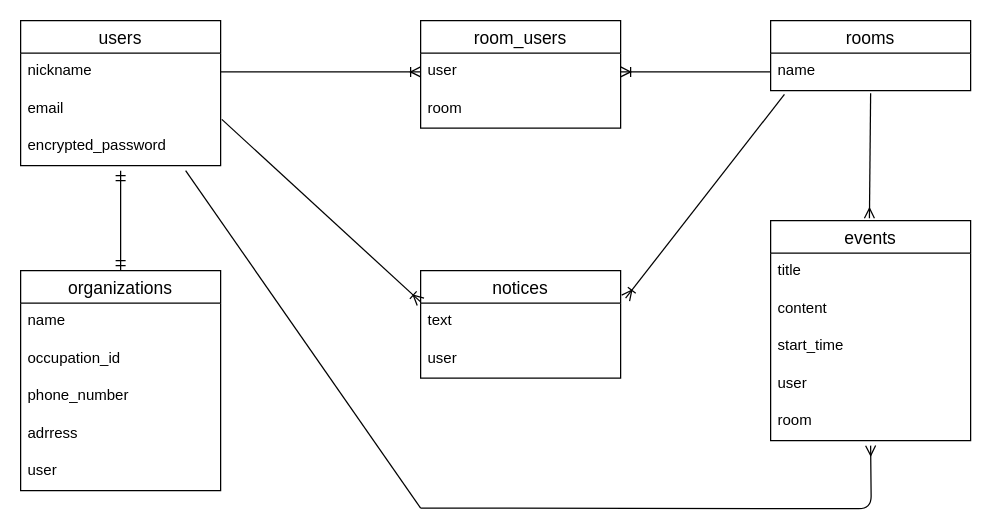
The draw.io diagram process.dio in yamazaki-shugo/process_app, before the edit. Source tidied: cells renumbered, new cells numbered last; positions are measured from the earlier drawing's top-left corner, leaving out a move shared by most shapes. Both pictures are drawn from the tidied source at 125%, with x=0, y=0 at pixel (20, 20).
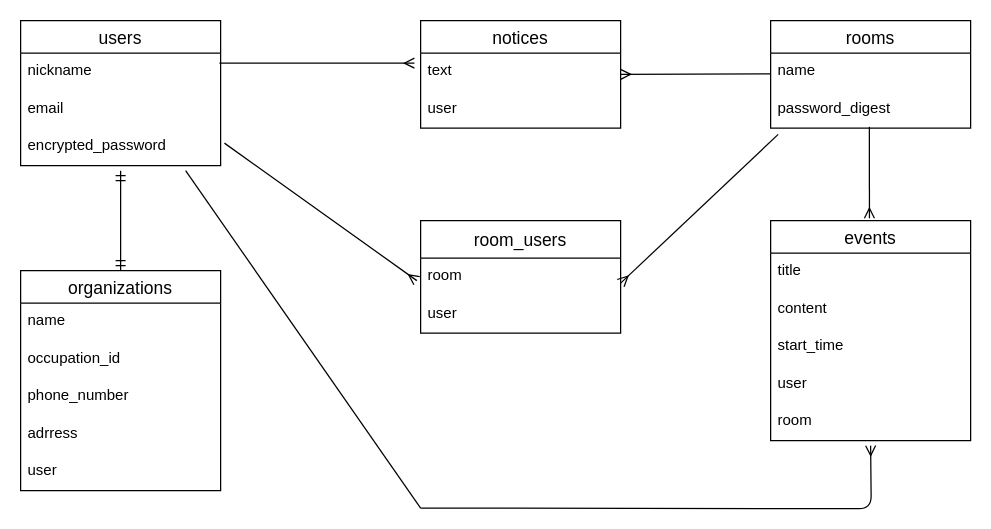
After the change.

The change refers to these unchanged cells:
```xml
<mxCell id="3" value="nickname" style="text;strokeColor=none;fillColor=none;spacingLeft=4;spacingRight=4;overflow=hidden;points=[[0,0.5],[1,0.5]];portConstraint=eastwest;fontSize=12;" parent="2" vertex="1">
  <mxGeometry y="26" width="160" height="30" as="geometry" />
</mxCell>
<mxCell id="4" value="email" style="text;strokeColor=none;fillColor=none;spacingLeft=4;spacingRight=4;overflow=hidden;points=[[0,0.5],[1,0.5]];portConstraint=eastwest;fontSize=12;" parent="2" vertex="1">
  <mxGeometry y="56" width="160" height="30" as="geometry" />
</mxCell>
<mxCell id="5" value="encrypted_password" style="text;strokeColor=none;fillColor=none;spacingLeft=4;spacingRight=4;overflow=hidden;points=[[0,0.5],[1,0.5]];portConstraint=eastwest;fontSize=12;" parent="2" vertex="1">
  <mxGeometry y="86" width="160" height="30" as="geometry" />
</mxCell>
<mxCell id="19" value="text" style="text;strokeColor=none;fillColor=none;spacingLeft=4;spacingRight=4;overflow=hidden;points=[[0,0.5],[1,0.5]];portConstraint=eastwest;fontSize=12;" parent="18" vertex="1">
  <mxGeometry y="26" width="160" height="30" as="geometry" />
</mxCell>
<mxCell id="25" value="events" style="swimlane;fontStyle=0;horizontal=1;startSize=26;align=center;fontSize=14;" parent="1" vertex="1">
  <mxGeometry x="600" y="160" width="160" height="176" as="geometry" />
</mxCell>
```

Diff of the diagram source:
```diff
@@
-    <mxCell id="13" value="rooms" style="swimlane;fontStyle=0;horizontal=1;startSize=26;align=center;fontSize=14;" parent="1" vertex="1">
-      <mxGeometry x="600" width="160" height="56" as="geometry" />
-    </mxCell>
-    <mxCell id="14" value="name" style="text;strokeColor=none;fillColor=none;spacingLeft=4;spacingRight=4;overflow=hidden;points=[[0,0.5],[1,0.5]];portConstraint=eastwest;fontSize=12;" parent="13" vertex="1">
-      <mxGeometry y="26" width="160" height="30" as="geometry" />
-    </mxCell>
-    <mxCell id="15" value="room_users" style="swimlane;fontStyle=0;horizontal=1;startSize=26;align=center;fontSize=14;" parent="1" vertex="1">
-      <mxGeometry x="320" width="160" height="86" as="geometry" />
-    </mxCell>
-    <mxCell id="16" value="user" style="text;strokeColor=none;fillColor=none;spacingLeft=4;spacingRight=4;overflow=hidden;points=[[0,0.5],[1,0.5]];portConstraint=eastwest;fontSize=12;" parent="15" vertex="1">
-      <mxGeometry y="26" width="160" height="30" as="geometry" />
-    </mxCell>
-    <mxCell id="17" value="room" style="text;strokeColor=none;fillColor=none;spacingLeft=4;spacingRight=4;overflow=hidden;fontSize=12;" parent="15" vertex="1">
-      <mxGeometry y="56" width="160" height="30" as="geometry" />
-    </mxCell>
     <mxCell id="18" value="notices" style="swimlane;fontStyle=0;horizontal=1;startSize=26;align=center;fontSize=14;" parent="1" vertex="1">
-      <mxGeometry x="320" y="200" width="160" height="86" as="geometry" />
+      <mxGeometry x="320" width="160" height="86" as="geometry" />
     </mxCell>
@@
-    <mxCell id="21" style="fontSize=12;html=1;endArrow=ERoneToMany;exitX=1;exitY=0.5;exitDx=0;exitDy=0;" parent="1" edge="1" source="3" target="16">
+    <mxCell id="21" style="fontSize=12;html=1;endArrow=ERmany;startArrow=none;exitX=0.994;exitY=0.267;exitDx=0;exitDy=0;exitPerimeter=0;entryX=-0.031;entryY=0.267;entryDx=0;entryDy=0;entryPerimeter=0;startFill=0;endFill=0;" parent="1" edge="1" source="3" target="19">
       <mxGeometry relative="1" as="geometry" />
     </mxCell>
-    <mxCell id="22" style="fontSize=12;html=1;endArrow=none;endFill=0;startArrow=ERoneToMany;startFill=0;entryX=0;entryY=0.5;entryDx=0;entryDy=0;exitX=1;exitY=0.5;exitDx=0;exitDy=0;" parent="1" edge="1" source="16" target="14">
-      <mxGeometry relative="1" as="geometry" />
-    </mxCell>
-    <mxCell id="23" style="fontSize=12;html=1;endArrow=ERoneToMany;exitX=1.006;exitY=0.767;exitDx=0;exitDy=0;exitPerimeter=0;entryX=0;entryY=-0.033;entryDx=0;entryDy=0;entryPerimeter=0;" parent="1" edge="1" source="4" target="19">
-      <mxGeometry relative="1" as="geometry" />
-    </mxCell>
-    <mxCell id="24" style="fontSize=12;html=1;endArrow=none;entryX=0.069;entryY=1.1;entryDx=0;entryDy=0;entryPerimeter=0;exitX=1.025;exitY=-0.133;exitDx=0;exitDy=0;exitPerimeter=0;startArrow=ERoneToMany;startFill=0;endFill=0;" parent="1" edge="1" source="19" target="14">
-      <mxGeometry relative="1" as="geometry" />
-    </mxCell>
@@
-    <mxCell id="31" style="fontSize=12;html=1;endArrow=ERmany;exitX=0.5;exitY=1.067;exitDx=0;exitDy=0;exitPerimeter=0;entryX=0.494;entryY=-0.011;entryDx=0;entryDy=0;entryPerimeter=0;" parent="1" edge="1" source="14" target="25">
-      <mxGeometry relative="1" as="geometry" />
+    <mxCell id="31" style="fontSize=12;html=1;endArrow=ERmany;entryX=0.494;entryY=-0.011;entryDx=0;entryDy=0;entryPerimeter=0;" parent="1" edge="1" target="25">
+      <mxGeometry relative="1" as="geometry">
+        <mxPoint x="679" y="85" as="sourcePoint" />
+      </mxGeometry>
     </mxCell>
@@
+    <mxCell id="15" value="room_users" style="swimlane;fontStyle=0;horizontal=1;startSize=30;align=center;fontSize=14;" parent="1" vertex="1">
+      <mxGeometry x="320" y="160" width="160" height="90" as="geometry" />
+    </mxCell>
+    <mxCell id="16" value="room" style="text;strokeColor=none;fillColor=none;spacingLeft=4;spacingRight=4;overflow=hidden;points=[[0,0.5],[1,0.5]];portConstraint=eastwest;fontSize=12;" parent="15" vertex="1">
+      <mxGeometry y="30" width="160" height="30" as="geometry" />
+    </mxCell>
+    <mxCell id="17" value="user" style="text;strokeColor=none;fillColor=none;spacingLeft=4;spacingRight=4;overflow=hidden;fontSize=12;" parent="15" vertex="1">
+      <mxGeometry y="60" width="160" height="30" as="geometry" />
+    </mxCell>
+    <mxCell id="13" value="rooms" style="swimlane;fontStyle=0;horizontal=1;startSize=26;align=center;fontSize=14;" parent="1" vertex="1">
+      <mxGeometry x="600" width="160" height="86" as="geometry" />
+    </mxCell>
+    <mxCell id="14" value="name" style="text;strokeColor=none;fillColor=none;spacingLeft=4;spacingRight=4;overflow=hidden;points=[[0,0.5],[1,0.5]];portConstraint=eastwest;fontSize=12;" parent="13" vertex="1">
+      <mxGeometry y="26" width="160" height="30" as="geometry" />
+    </mxCell>
+    <mxCell id="34" value="password_digest" style="text;strokeColor=none;fillColor=none;spacingLeft=4;spacingRight=4;overflow=hidden;points=[[0,0.5],[1,0.5]];portConstraint=eastwest;fontSize=12;" parent="13" vertex="1">
+      <mxGeometry y="56" width="160" height="30" as="geometry" />
+    </mxCell>
+    <mxCell id="35" style="fontSize=12;html=1;endArrow=none;startArrow=ERmany;entryX=-0.031;entryY=0.267;entryDx=0;entryDy=0;entryPerimeter=0;startFill=0;endFill=0;" parent="1" edge="1">
+      <mxGeometry relative="1" as="geometry">
+        <mxPoint x="480" y="43" as="sourcePoint" />
+        <mxPoint x="600" y="42.5" as="targetPoint" />
+      </mxGeometry>
+    </mxCell>
+    <mxCell id="36" style="fontSize=12;html=1;endArrow=none;startArrow=ERmany;entryX=0.038;entryY=1.167;entryDx=0;entryDy=0;entryPerimeter=0;startFill=0;endFill=0;exitX=1;exitY=0.667;exitDx=0;exitDy=0;exitPerimeter=0;" parent="1" edge="1" source="16" target="34">
+      <mxGeometry relative="1" as="geometry" />
+    </mxCell>
+    <mxCell id="37" style="fontSize=12;html=1;endArrow=ERmany;startArrow=none;exitX=1.019;exitY=0.4;exitDx=0;exitDy=0;exitPerimeter=0;entryX=-0.019;entryY=0.6;entryDx=0;entryDy=0;entryPerimeter=0;startFill=0;endFill=0;" parent="1" edge="1" source="5" target="16">
+      <mxGeometry relative="1" as="geometry" />
+    </mxCell>
```
